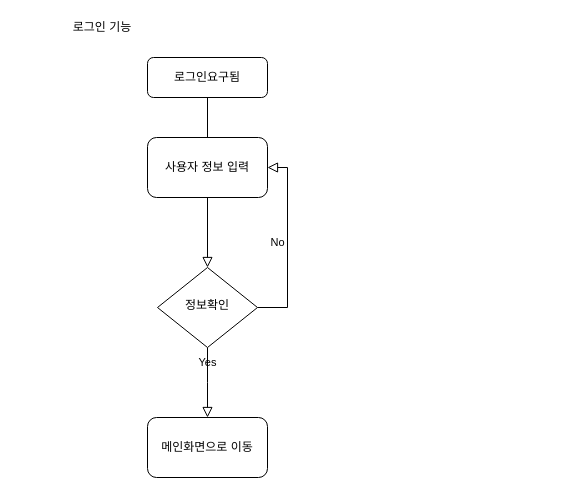
This is Untitled Diagram.drawio from dahun428/FOR2, a draw.io file, before an edit. Source tidied: cells renumbered, new cells numbered last; positions are measured from the earlier drawing's top-left corner, leaving out a move shared by most shapes. Both pictures are drawn from the tidied source at 100%, with x=0, y=0 at pixel (17, 17).
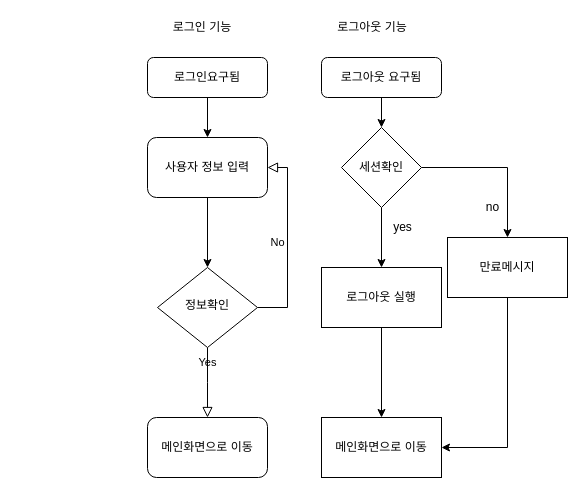
After the change.

Unchanged cells that the change refers to:
```xml
<mxCell id="3" value="로그인요구됨" style="rounded=1;whiteSpace=wrap;html=1;fontSize=12;glass=0;strokeWidth=1;shadow=0;" parent="1" vertex="1">
  <mxGeometry x="130" y="40" width="120" height="40" as="geometry" />
</mxCell>
<mxCell id="6" value="정보확인" style="rhombus;whiteSpace=wrap;html=1;shadow=0;fontFamily=Helvetica;fontSize=12;align=center;strokeWidth=1;spacing=6;spacingTop=-4;" parent="1" vertex="1">
  <mxGeometry x="140" y="250" width="100" height="80" as="geometry" />
</mxCell>
<mxCell id="9" value="사용자 정보 입력" style="rounded=1;whiteSpace=wrap;html=1;" parent="1" vertex="1">
  <mxGeometry x="130" y="120" width="120" height="60" as="geometry" />
</mxCell>
```

What changed in the source:
```diff
@@
-    <mxCell id="2" style="rounded=0;html=1;jettySize=auto;fontSize=11;endArrow=block;endFill=0;endSize=8;strokeWidth=1;shadow=0;labelBackgroundColor=none;edgeStyle=orthogonalEdgeStyle;" parent="1" edge="1" source="3" target="6">
-      <mxGeometry relative="1" as="geometry" />
-    </mxCell>
+    <mxCell id="10" style="edgeStyle=orthogonalEdgeStyle;rounded=0;jettySize=auto;html=1;" parent="1" edge="1" source="3" target="9">
+      <mxGeometry relative="1" as="geometry" />
+    </mxCell>
@@
     <mxCell id="7" value="로그인 기능" style="text;html=1;strokeColor=none;fillColor=none;align=center;verticalAlign=middle;whiteSpace=wrap;rounded=0;" parent="1" vertex="1">
-      <mxGeometry width="170" height="20" as="geometry" />
+      <mxGeometry x="100" width="170" height="20" as="geometry" />
     </mxCell>
@@
+    <mxCell id="11" style="edgeStyle=orthogonalEdgeStyle;rounded=0;jettySize=auto;html=1;" parent="1" edge="1" source="9" target="6">
+      <mxGeometry relative="1" as="geometry" />
+    </mxCell>
@@
+    <mxCell id="12" style="edgeStyle=orthogonalEdgeStyle;rounded=0;jettySize=auto;html=1;" parent="1" edge="1" source="13" target="17">
+      <mxGeometry relative="1" as="geometry" />
+    </mxCell>
+    <mxCell id="13" value="로그아웃 요구됨" style="rounded=1;whiteSpace=wrap;html=1;fontSize=12;glass=0;strokeWidth=1;shadow=0;" parent="1" vertex="1">
+      <mxGeometry x="304" y="40" width="120" height="40" as="geometry" />
+    </mxCell>
+    <mxCell id="14" value="로그아웃 기능" style="text;html=1;strokeColor=none;fillColor=none;align=center;verticalAlign=middle;whiteSpace=wrap;rounded=0;" parent="1" vertex="1">
+      <mxGeometry x="270" width="170" height="20" as="geometry" />
+    </mxCell>
+    <mxCell id="15" style="edgeStyle=orthogonalEdgeStyle;rounded=0;jettySize=auto;html=1;" parent="1" edge="1" source="17" target="19">
+      <mxGeometry relative="1" as="geometry" />
+    </mxCell>
+    <mxCell id="16" style="edgeStyle=orthogonalEdgeStyle;rounded=0;jettySize=auto;html=1;" parent="1" edge="1" source="17" target="23">
+      <mxGeometry relative="1" as="geometry" />
+    </mxCell>
+    <mxCell id="17" value="세션확인" style="rhombus;whiteSpace=wrap;html=1;" parent="1" vertex="1">
+      <mxGeometry x="324" y="110" width="80" height="80" as="geometry" />
+    </mxCell>
+    <mxCell id="18" style="edgeStyle=orthogonalEdgeStyle;rounded=0;jettySize=auto;html=1;" parent="1" edge="1" source="19" target="21">
+      <mxGeometry relative="1" as="geometry" />
+    </mxCell>
+    <mxCell id="19" value="로그아웃 실행" style="whiteSpace=wrap;html=1;" parent="1" vertex="1">
+      <mxGeometry x="304" y="250" width="120" height="60" as="geometry" />
+    </mxCell>
+    <mxCell id="20" value="yes" style="text;html=1;align=center;verticalAlign=middle;" parent="1" vertex="1">
+      <mxGeometry x="370" y="200" width="30" height="20" as="geometry" />
+    </mxCell>
+    <mxCell id="21" value="메인화면으로 이동" style="whiteSpace=wrap;html=1;" parent="1" vertex="1">
+      <mxGeometry x="304" y="400" width="120" height="60" as="geometry" />
+    </mxCell>
+    <mxCell id="22" style="edgeStyle=orthogonalEdgeStyle;rounded=0;jettySize=auto;html=1;exitX=0.5;exitY=1;exitDx=0;exitDy=0;entryX=1;entryY=0.5;entryDx=0;entryDy=0;" parent="1" edge="1" source="23" target="21">
+      <mxGeometry relative="1" as="geometry" />
+    </mxCell>
+    <mxCell id="23" value="만료메시지" style="whiteSpace=wrap;html=1;" parent="1" vertex="1">
+      <mxGeometry x="430" y="220" width="120" height="60" as="geometry" />
+    </mxCell>
+    <mxCell id="24" value="no" style="text;html=1;align=center;verticalAlign=middle;" parent="1" vertex="1">
+      <mxGeometry x="460" y="180" width="30" height="20" as="geometry" />
+    </mxCell>
```
